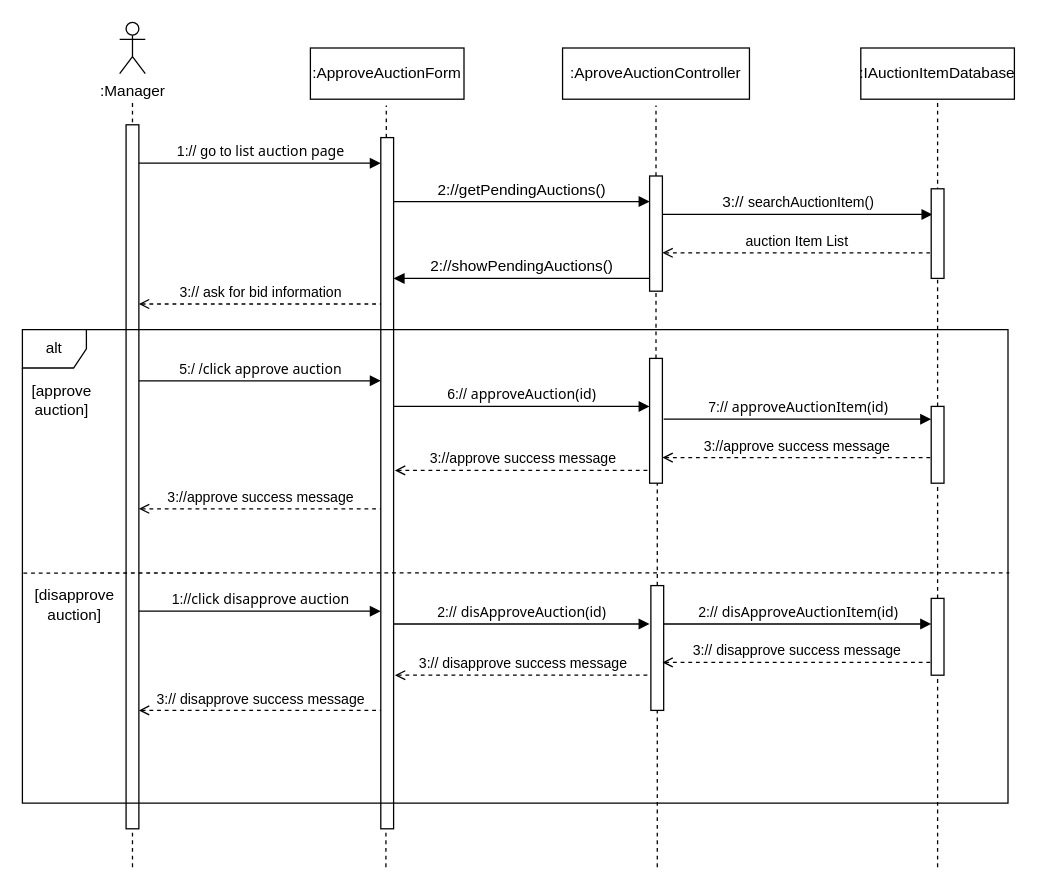
Above: page "manage auction des" (13 of 23) of ooad-usecase-model.drawio in dotruong1910/ooad (draw.io), before the change. Source tidied: cells renumbered, new cells numbered last; positions are measured from the earlier drawing's top-left corner, leaving out a move shared by most shapes. Both pictures are drawn from the tidied source at 128%, with x=0, y=0 at pixel (22, 22).
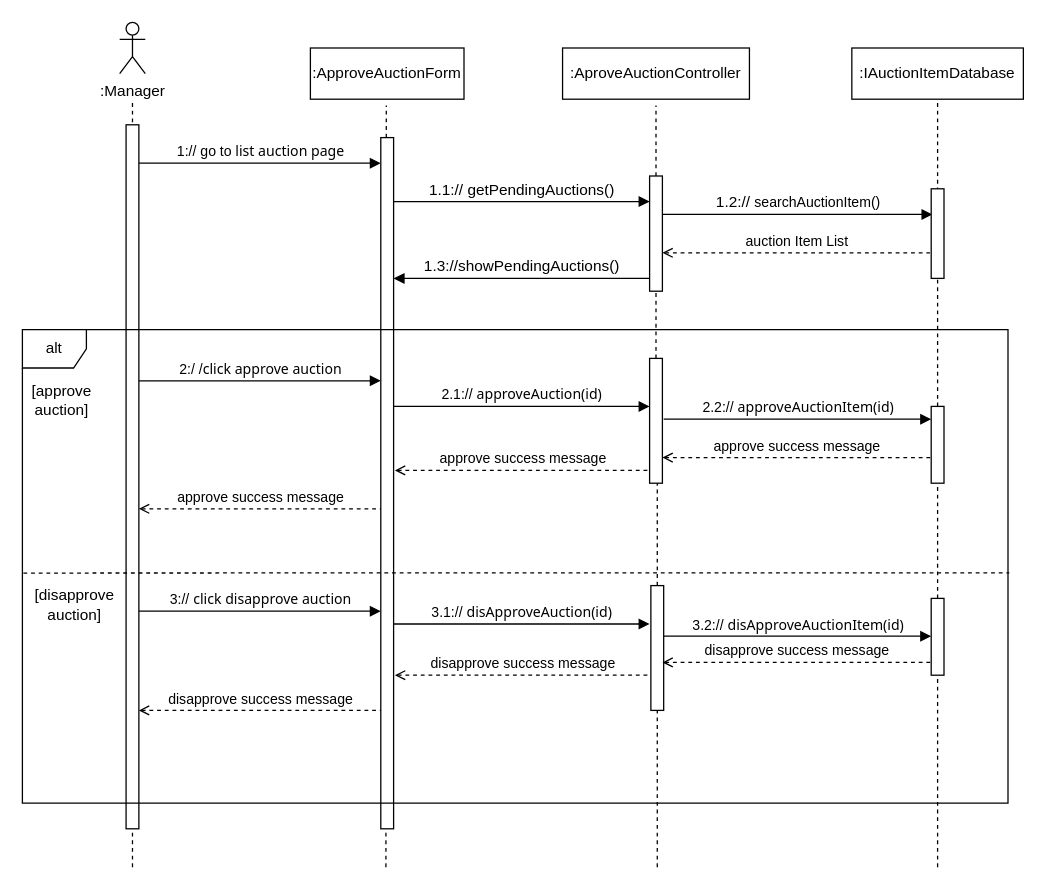
Above is the later version.

Unchanged cells that the change refers to:
```xml
<mxCell id="9" value="alt" style="shape=umlFrame;whiteSpace=wrap;html=1;width=50;height=30;" parent="1" vertex="1">
  <mxGeometry y="240" width="770" height="370" as="geometry" />
</mxCell>
<mxCell id="16" style="html=1;points=[[0,0,0,0,5],[0,1,0,0,-5],[1,0,0,0,5],[1,1,0,0,-5]];perimeter=orthogonalPerimeter;outlineConnect=0;targetShapes=umlLifeline;portConstraint=eastwest;newEdgeStyle={&quot;curved&quot;:0,&quot;rounded&quot;:0};" parent="9" vertex="1">
  <mxGeometry x="710" y="60" width="10" height="60" as="geometry" />
</mxCell>
<mxCell id="25" style="html=1;points=[[0,0,0,0,5],[0,1,0,0,-5],[1,0,0,0,5],[1,1,0,0,-5]];perimeter=orthogonalPerimeter;outlineConnect=0;targetShapes=umlLifeline;portConstraint=eastwest;newEdgeStyle={&quot;curved&quot;:0,&quot;rounded&quot;:0};" parent="9" vertex="1">
  <mxGeometry x="710" y="210" width="10" height="60" as="geometry" />
</mxCell>
<mxCell id="39" style="html=1;points=[[0,0,0,0,5],[0,1,0,0,-5],[1,0,0,0,5],[1,1,0,0,-5]];perimeter=orthogonalPerimeter;outlineConnect=0;targetShapes=umlLifeline;portConstraint=eastwest;newEdgeStyle={&quot;curved&quot;:0,&quot;rounded&quot;:0};" parent="1" vertex="1">
  <mxGeometry x="490" y="120" width="10" height="90" as="geometry" />
</mxCell>
```

Diff of the diagram source:
```diff
@@
-    <mxCell id="13" value="5:/ /&lt;font face=&quot;Tahoma&quot;&gt;click approve auction&lt;br&gt;&lt;/font&gt;" style="html=1;verticalAlign=bottom;endArrow=block;curved=0;rounded=0;endFill=1;" parent="9" edge="1">
+    <mxCell id="13" value="2:/ /&lt;font face=&quot;Tahoma&quot;&gt;click approve auction&lt;br&gt;&lt;/font&gt;" style="html=1;verticalAlign=bottom;endArrow=block;curved=0;rounded=0;endFill=1;" parent="9" edge="1">
       <mxGeometry relative="1" as="geometry">
         <mxPoint x="91" y="40" as="sourcePoint" />
         <mxPoint x="280" y="40" as="targetPoint" />
       </mxGeometry>
     </mxCell>
-    <mxCell id="14" value="6:// &lt;font face=&quot;Tahoma&quot;&gt;approveAuction(id)&lt;/font&gt;" style="html=1;verticalAlign=bottom;endArrow=block;curved=0;rounded=0;endFill=1;" parent="9" edge="1">
+    <mxCell id="14" value="2.1:// &lt;font face=&quot;Tahoma&quot;&gt;approveAuction(id)&lt;/font&gt;" style="html=1;verticalAlign=bottom;endArrow=block;curved=0;rounded=0;endFill=1;" parent="9" edge="1">
       <mxGeometry relative="1" as="geometry">
         <mxPoint x="290" y="60" as="sourcePoint" />
         <mxPoint x="490" y="60" as="targetPoint" />
       </mxGeometry>
     </mxCell>
-    <mxCell id="15" value="7:// &lt;font face=&quot;Tahoma&quot;&gt;approveAuctionItem(id)&lt;/font&gt;" style="html=1;verticalAlign=bottom;endArrow=block;curved=0;rounded=0;endFill=1;" parent="9" edge="1" target="16">
+    <mxCell id="15" value="2.2:// &lt;font face=&quot;Tahoma&quot;&gt;approveAuctionItem(id)&lt;/font&gt;" style="html=1;verticalAlign=bottom;endArrow=block;curved=0;rounded=0;endFill=1;" parent="9" edge="1" target="16">
       <mxGeometry relative="1" as="geometry">
         <mxPoint x="501" y="70" as="sourcePoint" />
       </mxGeometry>
     </mxCell>
@@
-    <mxCell id="17" value="3://approve success message" style="html=1;verticalAlign=bottom;endArrow=none;curved=0;rounded=0;endFill=0;startArrow=open;startFill=0;dashed=1;" parent="9" edge="1">
+    <mxCell id="17" value="approve success message" style="html=1;verticalAlign=bottom;endArrow=none;curved=0;rounded=0;endFill=0;startArrow=open;startFill=0;dashed=1;" parent="9" edge="1">
       <mxGeometry relative="1" as="geometry">
         <mxPoint x="500" y="100" as="sourcePoint" />
         <mxPoint x="710" y="100" as="targetPoint" />
       </mxGeometry>
     </mxCell>
-    <mxCell id="18" value="3://approve success message" style="html=1;verticalAlign=bottom;endArrow=none;curved=0;rounded=0;endFill=0;startArrow=open;startFill=0;dashed=1;" parent="9" edge="1">
+    <mxCell id="18" value="approve success message" style="html=1;verticalAlign=bottom;endArrow=none;curved=0;rounded=0;endFill=0;startArrow=open;startFill=0;dashed=1;" parent="9" edge="1">
       <mxGeometry relative="1" as="geometry">
         <mxPoint x="91" y="140" as="sourcePoint" />
         <mxPoint x="280" y="140" as="targetPoint" />
       </mxGeometry>
     </mxCell>
-    <mxCell id="19" value="1://&lt;font face=&quot;Tahoma&quot;&gt;click disapprove auction&lt;br&gt;&lt;/font&gt;" style="html=1;verticalAlign=bottom;endArrow=block;curved=0;rounded=0;endFill=1;" parent="9" edge="1">
+    <mxCell id="19" value="3:// &lt;font face=&quot;Tahoma&quot;&gt;click disapprove auction&lt;br&gt;&lt;/font&gt;" style="html=1;verticalAlign=bottom;endArrow=block;curved=0;rounded=0;endFill=1;" parent="9" edge="1">
       <mxGeometry relative="1" as="geometry">
         <mxPoint x="91" y="220" as="sourcePoint" />
         <mxPoint x="280" y="220" as="targetPoint" />
       </mxGeometry>
     </mxCell>
-    <mxCell id="20" value="2:// &lt;font face=&quot;Tahoma&quot;&gt;disApproveAuction(id)&lt;/font&gt;" style="html=1;verticalAlign=bottom;endArrow=block;curved=0;rounded=0;endFill=1;" parent="9" edge="1">
+    <mxCell id="20" value="3.1:// &lt;font face=&quot;Tahoma&quot;&gt;disApproveAuction(id)&lt;/font&gt;" style="html=1;verticalAlign=bottom;endArrow=block;curved=0;rounded=0;endFill=1;" parent="9" edge="1">
       <mxGeometry relative="1" as="geometry">
         <mxPoint x="290" y="230" as="sourcePoint" />
         <mxPoint x="490" y="230" as="targetPoint" />
       </mxGeometry>
     </mxCell>
@@
-    <mxCell id="23" value="3:// disapprove success message" style="html=1;verticalAlign=bottom;endArrow=none;curved=0;rounded=0;endFill=0;startArrow=open;startFill=0;dashed=1;" parent="9" edge="1">
+    <mxCell id="23" value="disapprove success message" style="html=1;verticalAlign=bottom;endArrow=none;curved=0;rounded=0;endFill=0;startArrow=open;startFill=0;dashed=1;" parent="9" edge="1">
       <mxGeometry relative="1" as="geometry">
         <mxPoint x="291" y="270" as="sourcePoint" />
         <mxPoint x="491" y="270" as="targetPoint" />
       </mxGeometry>
     </mxCell>
-    <mxCell id="24" value="2:// &lt;font face=&quot;Tahoma&quot;&gt;disApproveAuctionItem(id)&lt;/font&gt;" style="html=1;verticalAlign=bottom;endArrow=block;curved=0;rounded=0;endFill=1;" parent="9" edge="1" target="25">
+    <mxCell id="24" value="3.2:// &lt;font face=&quot;Tahoma&quot;&gt;disApproveAuctionItem(id)&lt;/font&gt;" style="html=1;verticalAlign=bottom;endArrow=block;curved=0;rounded=0;endFill=1;" parent="9" edge="1">
       <mxGeometry relative="1" as="geometry">
-        <mxPoint x="501" y="230" as="sourcePoint" />
+        <mxPoint x="501" y="239.5" as="sourcePoint" />
+        <mxPoint x="710" y="239.5" as="targetPoint" />
       </mxGeometry>
     </mxCell>
@@
-    <mxCell id="26" value="3:// disapprove success message" style="html=1;verticalAlign=bottom;endArrow=none;curved=0;rounded=0;endFill=0;startArrow=open;startFill=0;dashed=1;" parent="9" edge="1">
+    <mxCell id="26" value="disapprove success message" style="html=1;verticalAlign=bottom;endArrow=none;curved=0;rounded=0;endFill=0;startArrow=open;startFill=0;dashed=1;" parent="9" edge="1">
       <mxGeometry relative="1" as="geometry">
         <mxPoint x="500" y="260" as="sourcePoint" />
         <mxPoint x="710" y="260" as="targetPoint" />
       </mxGeometry>
     </mxCell>
@@
-    <mxCell id="29" value="3:// disapprove success message" style="html=1;verticalAlign=bottom;endArrow=none;curved=0;rounded=0;endFill=0;startArrow=open;startFill=0;dashed=1;" parent="9" edge="1">
+    <mxCell id="29" value="disapprove success message" style="html=1;verticalAlign=bottom;endArrow=none;curved=0;rounded=0;endFill=0;startArrow=open;startFill=0;dashed=1;" parent="9" edge="1">
       <mxGeometry relative="1" as="geometry">
         <mxPoint x="91" y="297.5" as="sourcePoint" />
         <mxPoint x="280" y="297.5" as="targetPoint" />
       </mxGeometry>
     </mxCell>
-    <mxCell id="30" value="3://approve success message" style="html=1;verticalAlign=bottom;endArrow=none;curved=0;rounded=0;endFill=0;startArrow=open;startFill=0;dashed=1;" parent="9" edge="1">
+    <mxCell id="30" value="approve success message" style="html=1;verticalAlign=bottom;endArrow=none;curved=0;rounded=0;endFill=0;startArrow=open;startFill=0;dashed=1;" parent="9" edge="1">
       <mxGeometry relative="1" as="geometry">
         <mxPoint x="291" y="110" as="sourcePoint" />
         <mxPoint x="491" y="110" as="targetPoint" />
       </mxGeometry>
     </mxCell>
@@
-    <mxCell id="32" value="&lt;font style=&quot;font-size: 12px;&quot;&gt;2://getPendingAuctions()&lt;br&gt;&lt;/font&gt;" style="html=1;verticalAlign=bottom;endArrow=block;curved=0;rounded=0;endFill=1;" parent="1" edge="1" target="39">
+    <mxCell id="32" value="&lt;font style=&quot;font-size: 12px;&quot;&gt;1.1:// getPendingAuctions()&lt;br&gt;&lt;/font&gt;" style="html=1;verticalAlign=bottom;endArrow=block;curved=0;rounded=0;endFill=1;" parent="1" edge="1" target="39">
       <mxGeometry relative="1" as="geometry">
         <mxPoint x="290" y="140" as="sourcePoint" />
       </mxGeometry>
     </mxCell>
-    <mxCell id="33" value="&lt;font style=&quot;font-size: 12px;&quot;&gt;3:// &lt;/font&gt;searchAuctionItem()" style="html=1;verticalAlign=bottom;endArrow=block;curved=0;rounded=0;endFill=1;" parent="1" edge="1" source="39">
+    <mxCell id="33" value="&lt;font style=&quot;font-size: 12px;&quot;&gt;1.2:// &lt;/font&gt;searchAuctionItem()" style="html=1;verticalAlign=bottom;endArrow=block;curved=0;rounded=0;endFill=1;" parent="1" edge="1" source="39">
       <mxGeometry relative="1" as="geometry">
         <mxPoint x="711" y="150" as="targetPoint" />
       </mxGeometry>
     </mxCell>
@@
-    <mxCell id="35" value="3:// ask for bid information" style="html=1;verticalAlign=bottom;endArrow=none;curved=0;rounded=0;endFill=0;startArrow=open;startFill=0;dashed=1;" parent="1" edge="1">
-      <mxGeometry relative="1" as="geometry">
-        <mxPoint x="91" y="220" as="sourcePoint" />
-        <mxPoint x="280" y="220" as="targetPoint" />
-      </mxGeometry>
-    </mxCell>
@@
     <mxCell id="44" value=":IAuctionItemDatabase" style="fontStyle=0;html=1;whiteSpace=wrap;" parent="1" vertex="1">
-      <mxGeometry x="655" y="20" width="120" height="40" as="geometry" />
+      <mxGeometry x="648" y="20" width="134" height="40" as="geometry" />
     </mxCell>
-    <mxCell id="45" value="&lt;font style=&quot;font-size: 12px;&quot;&gt;2://showPendingAuctions()&lt;br&gt;&lt;/font&gt;" style="html=1;verticalAlign=bottom;endArrow=none;curved=0;rounded=0;endFill=0;startArrow=block;startFill=1;" parent="1" edge="1">
+    <mxCell id="45" value="&lt;font style=&quot;font-size: 12px;&quot;&gt;1.3://showPendingAuctions()&lt;br&gt;&lt;/font&gt;" style="html=1;verticalAlign=bottom;endArrow=none;curved=0;rounded=0;endFill=0;startArrow=block;startFill=1;" parent="1" edge="1">
       <mxGeometry relative="1" as="geometry">
         <mxPoint x="290" y="200" as="sourcePoint" />
         <mxPoint x="490" y="200" as="targetPoint" />
       </mxGeometry>
     </mxCell>
```
